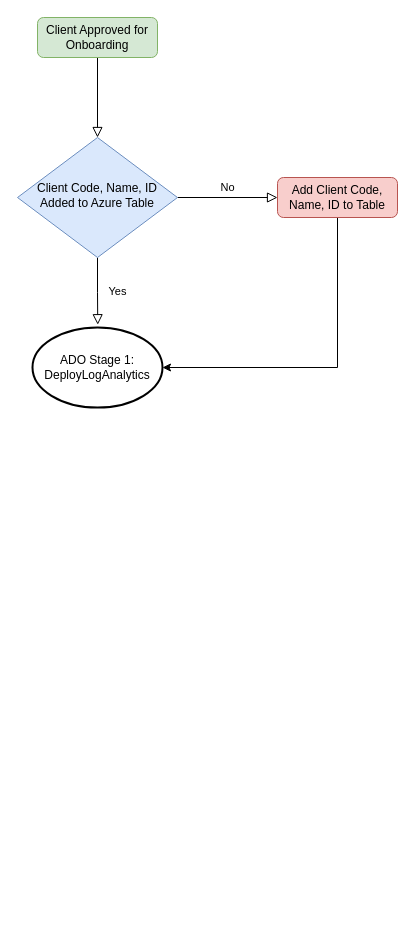
The draw.io diagram solutions/ado_onboardingFlow.drawio in MicroAgeServicesOrg/Azure-Lighthouse-deploymentAutomation, before the edit. Source tidied: cells renumbered, new cells numbered last; positions are measured from the earlier drawing's top-left corner, leaving out a move shared by most shapes. Both pictures are drawn from the tidied source at 100%, with x=0, y=0 at pixel (17, 17).
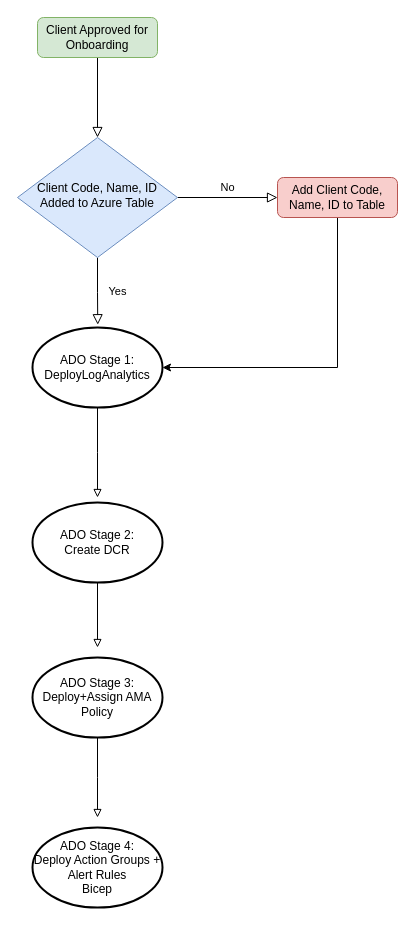
Above is the later version.

What changed in the source:
```diff
@@
 <mxGraphModel>
   <root>
     <mxCell id="0" />
     <mxCell id="1" parent="0" />
     <mxCell id="2" style="rounded=0;html=1;jettySize=auto;fontSize=11;endArrow=block;endFill=0;endSize=8;strokeWidth=1;shadow=0;labelBackgroundColor=none;edgeStyle=orthogonalEdgeStyle;" parent="1" edge="1" source="3" target="6">
       <mxGeometry relative="1" as="geometry" />
     </mxCell>
     <mxCell id="3" value="Client Approved for Onboarding" style="rounded=1;whiteSpace=wrap;html=1;fontSize=12;glass=0;strokeWidth=1;shadow=0;fillColor=#d5e8d4;strokeColor=#82b366;" parent="1" vertex="1">
       <mxGeometry x="20" width="120" height="40" as="geometry" />
     </mxCell>
     <mxCell id="4" value="Yes" style="rounded=0;html=1;jettySize=auto;fontSize=11;endArrow=block;endFill=0;endSize=8;strokeWidth=1;shadow=0;labelBackgroundColor=none;edgeStyle=orthogonalEdgeStyle;entryX=0.502;entryY=-0.035;entryDx=0;entryDy=0;entryPerimeter=0;" parent="1" edge="1" source="6" target="9">
       <mxGeometry y="20" relative="1" as="geometry" />
     </mxCell>
     <mxCell id="5" value="No" style="edgeStyle=orthogonalEdgeStyle;rounded=0;html=1;jettySize=auto;fontSize=11;endArrow=block;endFill=0;endSize=8;strokeWidth=1;shadow=0;labelBackgroundColor=none;" parent="1" edge="1" source="6" target="8">
       <mxGeometry y="10" relative="1" as="geometry" />
     </mxCell>
     <mxCell id="6" value="Client Code, Name, ID Added to Azure Table" style="rhombus;whiteSpace=wrap;html=1;shadow=0;fontFamily=Helvetica;fontSize=12;align=center;strokeWidth=1;spacing=6;spacingTop=-4;fillColor=#dae8fc;strokeColor=#6c8ebf;" parent="1" vertex="1">
       <mxGeometry y="120" width="160" height="120" as="geometry" />
     </mxCell>
     <mxCell id="7" style="edgeStyle=orthogonalEdgeStyle;rounded=0;jettySize=auto;html=1;entryX=1;entryY=0.5;entryDx=0;entryDy=0;entryPerimeter=0;" parent="1" edge="1" source="8" target="9">
       <mxGeometry relative="1" as="geometry">
         <Array as="points">
           <mxPoint x="320" y="350" />
         </Array>
       </mxGeometry>
     </mxCell>
     <mxCell id="8" value="Add Client Code, Name, ID to Table" style="rounded=1;whiteSpace=wrap;html=1;fontSize=12;glass=0;strokeWidth=1;shadow=0;fillColor=#f8cecc;strokeColor=#b85450;" parent="1" vertex="1">
       <mxGeometry x="260" y="160" width="120" height="40" as="geometry" />
     </mxCell>
+    <mxCell id="10" style="edgeStyle=orthogonalEdgeStyle;rounded=0;jettySize=auto;html=1;exitX=0.5;exitY=1;exitDx=0;exitDy=0;exitPerimeter=0;endArrow=block;endFill=0;" parent="1" edge="1" source="9">
+      <mxGeometry relative="1" as="geometry">
+        <mxPoint x="80" y="480" as="targetPoint" />
+      </mxGeometry>
+    </mxCell>
     <mxCell id="9" value="&lt;div&gt;ADO Stage 1: &lt;br&gt;&lt;/div&gt;&lt;div&gt;DeployLogAnalytics&lt;br&gt;&lt;/div&gt;" style="strokeWidth=2;html=1;shape=mxgraph.flowchart.start_1;whiteSpace=wrap;" parent="1" vertex="1">
       <mxGeometry x="15" y="310" width="130" height="80" as="geometry" />
     </mxCell>
+    <mxCell id="11" style="edgeStyle=orthogonalEdgeStyle;rounded=0;jettySize=auto;html=1;exitX=0.5;exitY=1;exitDx=0;exitDy=0;exitPerimeter=0;endArrow=block;endFill=0;" parent="1" edge="1" source="12">
+      <mxGeometry relative="1" as="geometry">
+        <mxPoint x="80" y="630" as="targetPoint" />
+      </mxGeometry>
+    </mxCell>
+    <mxCell id="12" value="&lt;div&gt;ADO Stage 2: &lt;br&gt;&lt;/div&gt;&lt;div&gt;Create DCR&lt;br&gt;&lt;/div&gt;" style="strokeWidth=2;html=1;shape=mxgraph.flowchart.start_1;whiteSpace=wrap;" parent="1" vertex="1">
+      <mxGeometry x="15" y="485" width="130" height="80" as="geometry" />
+    </mxCell>
+    <mxCell id="13" style="edgeStyle=orthogonalEdgeStyle;rounded=0;jettySize=auto;html=1;exitX=0.5;exitY=1;exitDx=0;exitDy=0;exitPerimeter=0;endArrow=block;endFill=0;" parent="1" edge="1" source="14">
+      <mxGeometry relative="1" as="geometry">
+        <mxPoint x="80" y="800" as="targetPoint" />
+      </mxGeometry>
+    </mxCell>
+    <mxCell id="14" value="&lt;div&gt;ADO Stage 3: &lt;br&gt;&lt;/div&gt;&lt;div&gt;Deploy+Assign AMA Policy&lt;br&gt;&lt;/div&gt;" style="strokeWidth=2;html=1;shape=mxgraph.flowchart.start_1;whiteSpace=wrap;" parent="1" vertex="1">
+      <mxGeometry x="15" y="640" width="130" height="80" as="geometry" />
+    </mxCell>
+    <mxCell id="15" value="&lt;div&gt;ADO Stage 4: &lt;br&gt;&lt;/div&gt;&lt;div&gt;Deploy Action Groups + &lt;br&gt;&lt;/div&gt;&lt;div&gt;Alert Rules &lt;br&gt;&lt;/div&gt;&lt;div&gt;Bicep&lt;br&gt;&lt;/div&gt;" style="strokeWidth=2;html=1;shape=mxgraph.flowchart.start_1;whiteSpace=wrap;" parent="1" vertex="1">
+      <mxGeometry x="15" y="810" width="130" height="80" as="geometry" />
+    </mxCell>
   </root>
 </mxGraphModel>
```
